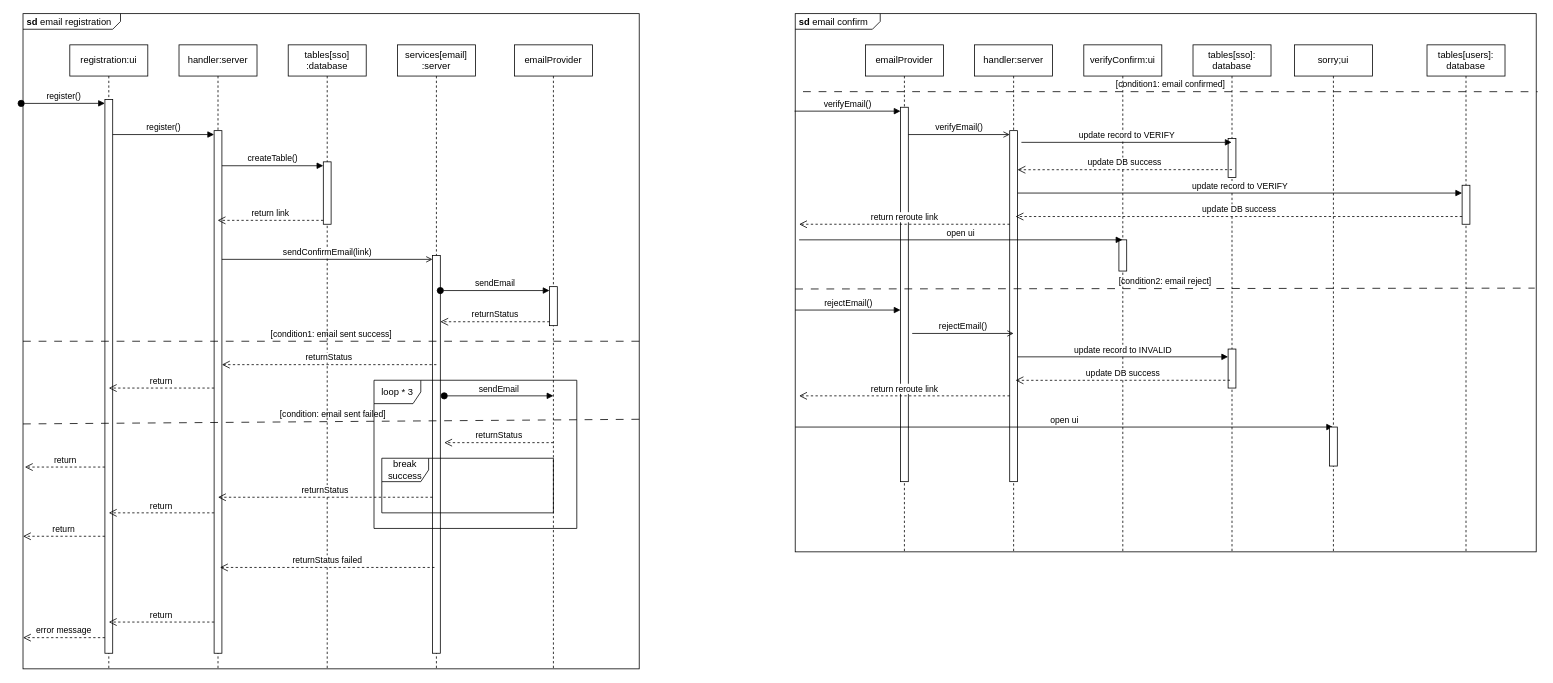
The draw.io diagram sd/server/auth/behavioral/email-registration-sequence.drawio in hdthinh1012/note-taking-web-app, before the edit. Source tidied: cells renumbered, new cells numbered last; positions are measured from the earlier drawing's top-left corner, leaving out a move shared by most shapes. Both pictures are drawn from the tidied source at 78%, with x=0, y=0 at pixel (23, 13).
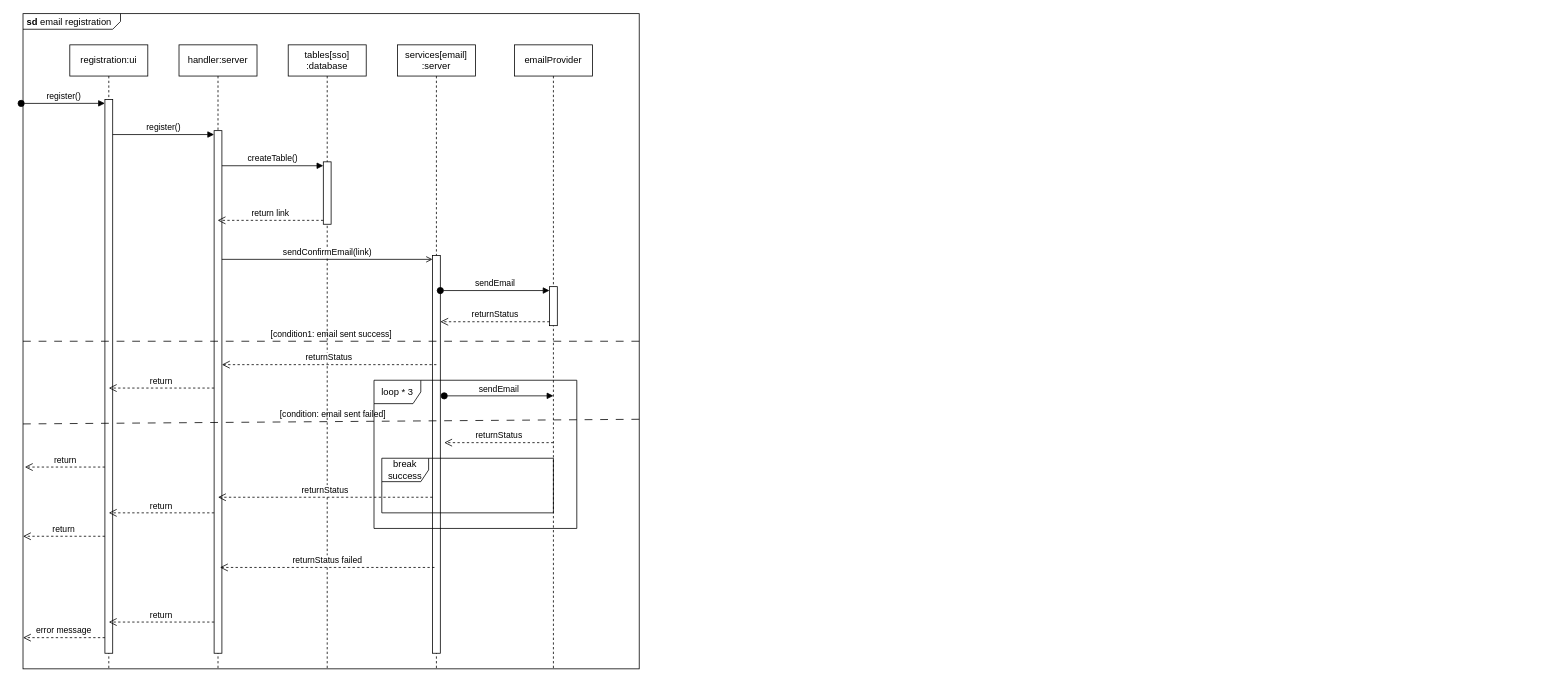
Above is the later version.

The edit, as a diff of the source:
```diff
@@
-    <mxCell id="2" value="&lt;p style=&quot;margin:0px;margin-top:4px;margin-left:5px;text-align:left;&quot;&gt;&lt;b&gt;sd&lt;/b&gt;&amp;nbsp;email confirm&lt;/p&gt;" style="html=1;shape=mxgraph.sysml.package;overflow=fill;labelX=109.92;align=left;spacingLeft=5;verticalAlign=top;spacingTop=-3;" parent="1" vertex="1">
-      <mxGeometry x="990" width="950" height="690" as="geometry" />
-    </mxCell>
@@
-    <mxCell id="36" value="emailProvider" style="shape=umlLifeline;perimeter=lifelinePerimeter;whiteSpace=wrap;html=1;newEdgeStyle={&quot;curved&quot;:0,&quot;rounded&quot;:0};" parent="1" vertex="1">
-      <mxGeometry x="1080" y="40" width="100" height="650" as="geometry" />
-    </mxCell>
-    <mxCell id="37" style="html=1;points=[[0,0,0,0,5],[0,1,0,0,-5],[1,0,0,0,5],[1,1,0,0,-5]];perimeter=orthogonalPerimeter;outlineConnect=0;targetShapes=umlLifeline;portConstraint=eastwest;newEdgeStyle={&quot;curved&quot;:0,&quot;rounded&quot;:0};" parent="36" vertex="1">
-      <mxGeometry x="45" y="80" width="10" height="480" as="geometry" />
-    </mxCell>
-    <mxCell id="38" value="verifyEmail()" style="html=1;verticalAlign=bottom;endArrow=block;curved=0;rounded=0;entryX=0;entryY=0;entryDx=0;entryDy=5;entryPerimeter=0;" parent="1" edge="1" target="37">
-      <mxGeometry relative="1" as="geometry">
-        <mxPoint x="989.2" y="125" as="sourcePoint" />
-      </mxGeometry>
-    </mxCell>
-    <mxCell id="39" value="handler:server" style="shape=umlLifeline;perimeter=lifelinePerimeter;whiteSpace=wrap;html=1;newEdgeStyle={&quot;curved&quot;:0,&quot;rounded&quot;:0};" parent="1" vertex="1">
-      <mxGeometry x="1220" y="40" width="100" height="650" as="geometry" />
-    </mxCell>
-    <mxCell id="40" style="html=1;points=[[0,0,0,0,5],[0,1,0,0,-5],[1,0,0,0,5],[1,1,0,0,-5]];perimeter=orthogonalPerimeter;outlineConnect=0;targetShapes=umlLifeline;portConstraint=eastwest;newEdgeStyle={&quot;curved&quot;:0,&quot;rounded&quot;:0};" parent="39" vertex="1">
-      <mxGeometry x="45" y="110" width="10" height="450" as="geometry" />
-    </mxCell>
-    <mxCell id="41" value="verifyEmail()" style="html=1;verticalAlign=bottom;endArrow=open;curved=0;rounded=0;entryX=0;entryY=0;entryDx=0;entryDy=5;entryPerimeter=0;endFill=0;" parent="1" edge="1" source="37" target="40">
-      <mxGeometry relative="1" as="geometry" />
-    </mxCell>
-    <mxCell id="42" value="verifyConfirm:ui" style="shape=umlLifeline;perimeter=lifelinePerimeter;whiteSpace=wrap;html=1;newEdgeStyle={&quot;curved&quot;:0,&quot;rounded&quot;:0};" parent="1" vertex="1">
-      <mxGeometry x="1360" y="40" width="100" height="650" as="geometry" />
-    </mxCell>
-    <mxCell id="43" style="html=1;perimeter=orthogonalPerimeter;targetShapes=umlLifeline;newEdgeStyle={&quot;curved&quot;:0,&quot;rounded&quot;:0};" parent="42" vertex="1">
-      <mxGeometry x="45" y="250" width="10" height="40" as="geometry" />
-    </mxCell>
-    <mxCell id="44" value="return reroute link" style="html=1;verticalAlign=bottom;endArrow=open;dashed=1;endSize=8;curved=0;rounded=0;" parent="1" edge="1">
-      <mxGeometry relative="1" as="geometry">
-        <mxPoint x="1265" y="270" as="sourcePoint" />
-        <mxPoint x="995" y="270" as="targetPoint" />
-        <Array as="points">
-          <mxPoint x="1200" y="270" />
-        </Array>
-      </mxGeometry>
-    </mxCell>
-    <mxCell id="45" value="open ui" style="html=1;verticalAlign=bottom;endArrow=block;curved=0;rounded=0;" parent="1" edge="1">
-      <mxGeometry relative="1" as="geometry">
-        <mxPoint x="995" y="290" as="sourcePoint" />
-        <mxPoint x="1409.5" y="290" as="targetPoint" />
-      </mxGeometry>
-    </mxCell>
-    <mxCell id="46" value="tables[sso]:&lt;br&gt;database" style="shape=umlLifeline;perimeter=lifelinePerimeter;whiteSpace=wrap;html=1;outlineConnect=0;portConstraint=eastwest;newEdgeStyle={&quot;curved&quot;:0,&quot;rounded&quot;:0};" parent="1" vertex="1">
-      <mxGeometry x="1500" y="40" width="100" height="650" as="geometry" />
-    </mxCell>
-    <mxCell id="47" style="html=1;perimeter=orthogonalPerimeter;targetShapes=umlLifeline;newEdgeStyle={&quot;curved&quot;:0,&quot;rounded&quot;:0};" parent="46" vertex="1">
-      <mxGeometry x="45" y="120" width="10" height="50" as="geometry" />
-    </mxCell>
-    <mxCell id="48" style="html=1;perimeter=orthogonalPerimeter;targetShapes=umlLifeline;newEdgeStyle={&quot;curved&quot;:0,&quot;rounded&quot;:0};" parent="46" vertex="1">
-      <mxGeometry x="45" y="390" width="10" height="50" as="geometry" />
-    </mxCell>
-    <mxCell id="49" value="update record to VERIFY" style="html=1;verticalAlign=bottom;endArrow=block;curved=0;rounded=0;endFill=1;" parent="1" edge="1" target="46">
-      <mxGeometry relative="1" as="geometry">
-        <mxPoint x="1280" y="165" as="sourcePoint" />
-      </mxGeometry>
-    </mxCell>
-    <mxCell id="50" value="update DB success" style="html=1;verticalAlign=bottom;endArrow=open;dashed=1;endSize=8;curved=0;rounded=0;" parent="1" edge="1">
-      <mxGeometry relative="1" as="geometry">
-        <mxPoint x="1550" y="200" as="sourcePoint" />
-        <mxPoint x="1275" y="200.1" as="targetPoint" />
-      </mxGeometry>
-    </mxCell>
-    <mxCell id="51" value="[condition1: email confirmed]" style="endArrow=none;startArrow=none;endFill=0;startFill=0;endSize=8;html=1;verticalAlign=bottom;dashed=1;labelBackgroundColor=none;dashPattern=10 10;entryX=1.002;entryY=0.145;entryDx=0;entryDy=0;entryPerimeter=0;" parent="1" edge="1" target="2">
-      <mxGeometry relative="1" as="geometry">
-        <mxPoint x="1000" y="100" as="sourcePoint" />
-      </mxGeometry>
-    </mxCell>
-    <mxCell id="52" value="[condition2: email reject]" style="endArrow=none;startArrow=none;endFill=0;startFill=0;endSize=8;html=1;verticalAlign=bottom;dashed=1;labelBackgroundColor=none;dashPattern=10 10;entryX=0.998;entryY=0.51;entryDx=0;entryDy=0;entryPerimeter=0;" parent="1" edge="1" target="2">
-      <mxGeometry relative="1" as="geometry">
-        <mxPoint x="990" y="353" as="sourcePoint" />
-      </mxGeometry>
-    </mxCell>
-    <mxCell id="53" value="rejectEmail()" style="html=1;verticalAlign=bottom;endArrow=block;curved=0;rounded=0;entryX=0;entryY=0;entryDx=0;entryDy=5;entryPerimeter=0;" parent="1" edge="1">
-      <mxGeometry relative="1" as="geometry">
-        <mxPoint x="990" y="380" as="sourcePoint" />
-        <mxPoint x="1125" y="380" as="targetPoint" />
-      </mxGeometry>
-    </mxCell>
-    <mxCell id="54" value="rejectEmail()" style="html=1;verticalAlign=bottom;endArrow=open;curved=0;rounded=0;entryX=0;entryY=0;entryDx=0;entryDy=5;entryPerimeter=0;endFill=0;" parent="1" edge="1">
-      <mxGeometry relative="1" as="geometry">
-        <mxPoint x="1140" y="410" as="sourcePoint" />
-        <mxPoint x="1270" y="410" as="targetPoint" />
-      </mxGeometry>
-    </mxCell>
-    <mxCell id="55" value="update record to INVALID" style="html=1;verticalAlign=bottom;endArrow=block;curved=0;rounded=0;endFill=1;" parent="1" edge="1">
-      <mxGeometry relative="1" as="geometry">
-        <mxPoint x="1275" y="440" as="sourcePoint" />
-        <mxPoint x="1545" y="440" as="targetPoint" />
-      </mxGeometry>
-    </mxCell>
-    <mxCell id="56" value="update DB success" style="html=1;verticalAlign=bottom;endArrow=open;dashed=1;endSize=8;curved=0;rounded=0;" parent="1" edge="1">
-      <mxGeometry relative="1" as="geometry">
-        <mxPoint x="1547.5" y="470" as="sourcePoint" />
-        <mxPoint x="1272.5" y="470.1" as="targetPoint" />
-      </mxGeometry>
-    </mxCell>
-    <mxCell id="57" value="return reroute link" style="html=1;verticalAlign=bottom;endArrow=open;dashed=1;endSize=8;curved=0;rounded=0;" parent="1" edge="1">
-      <mxGeometry relative="1" as="geometry">
-        <mxPoint x="1265" y="490" as="sourcePoint" />
-        <mxPoint x="995" y="490" as="targetPoint" />
-        <Array as="points">
-          <mxPoint x="1200" y="490" />
-        </Array>
-      </mxGeometry>
-    </mxCell>
-    <mxCell id="58" value="open ui" style="html=1;verticalAlign=bottom;endArrow=block;curved=0;rounded=0;" parent="1" edge="1" target="59">
-      <mxGeometry relative="1" as="geometry">
-        <mxPoint x="990" y="530" as="sourcePoint" />
-      </mxGeometry>
-    </mxCell>
-    <mxCell id="59" value="sorry;ui" style="shape=umlLifeline;perimeter=lifelinePerimeter;whiteSpace=wrap;html=1;outlineConnect=0;portConstraint=eastwest;newEdgeStyle={&quot;curved&quot;:0,&quot;rounded&quot;:0};" parent="1" vertex="1">
-      <mxGeometry x="1630" y="40" width="100" height="650" as="geometry" />
-    </mxCell>
-    <mxCell id="60" style="html=1;perimeter=orthogonalPerimeter;targetShapes=umlLifeline;newEdgeStyle={&quot;curved&quot;:0,&quot;rounded&quot;:0};" parent="59" vertex="1">
-      <mxGeometry x="45" y="490" width="10" height="50" as="geometry" />
-    </mxCell>
-    <mxCell id="61" value="tables[users]:&lt;br&gt;database" style="shape=umlLifeline;perimeter=lifelinePerimeter;whiteSpace=wrap;html=1;newEdgeStyle={&quot;curved&quot;:0,&quot;rounded&quot;:0};" parent="1" vertex="1">
-      <mxGeometry x="1800" y="40" width="100" height="650" as="geometry" />
-    </mxCell>
-    <mxCell id="62" style="html=1;points=[[0,0,0,0,5],[0,1,0,0,-5],[1,0,0,0,5],[1,1,0,0,-5]];perimeter=orthogonalPerimeter;outlineConnect=0;targetShapes=umlLifeline;portConstraint=eastwest;newEdgeStyle={&quot;curved&quot;:0,&quot;rounded&quot;:0};" parent="61" vertex="1">
-      <mxGeometry x="45" y="180" width="10" height="50" as="geometry" />
-    </mxCell>
-    <mxCell id="63" value="update record to VERIFY" style="html=1;verticalAlign=bottom;endArrow=block;curved=0;rounded=0;endFill=1;" parent="1" edge="1" target="62">
-      <mxGeometry relative="1" as="geometry">
-        <mxPoint x="1275" y="230" as="sourcePoint" />
-      </mxGeometry>
-    </mxCell>
-    <mxCell id="64" value="update DB success" style="html=1;verticalAlign=bottom;endArrow=open;dashed=1;endSize=8;curved=0;rounded=0;" parent="1" edge="1" source="62">
-      <mxGeometry relative="1" as="geometry">
-        <mxPoint x="1272.5" y="260.1" as="targetPoint" />
-      </mxGeometry>
-    </mxCell>
```
